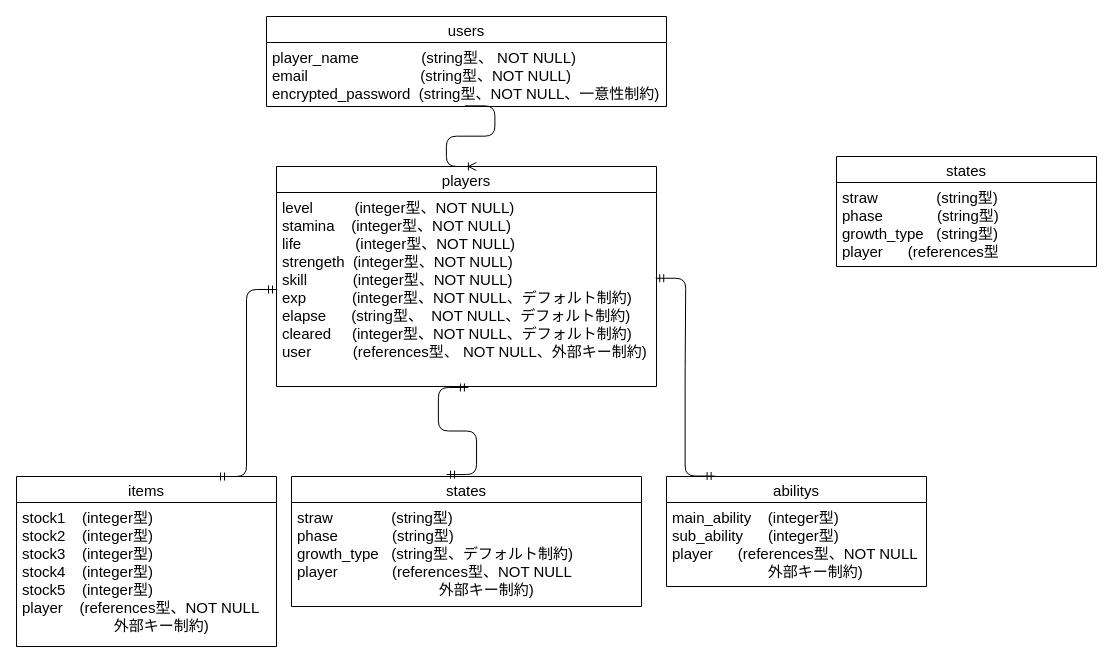
Above: table.dio in kimoto-naoki/original_app (draw.io), before the change. Source tidied: cells renumbered, new cells numbered last; positions are measured from the earlier drawing's top-left corner, leaving out a move shared by most shapes. Both pictures are drawn from the tidied source at 100%, with x=0, y=0 at pixel (16, 16).
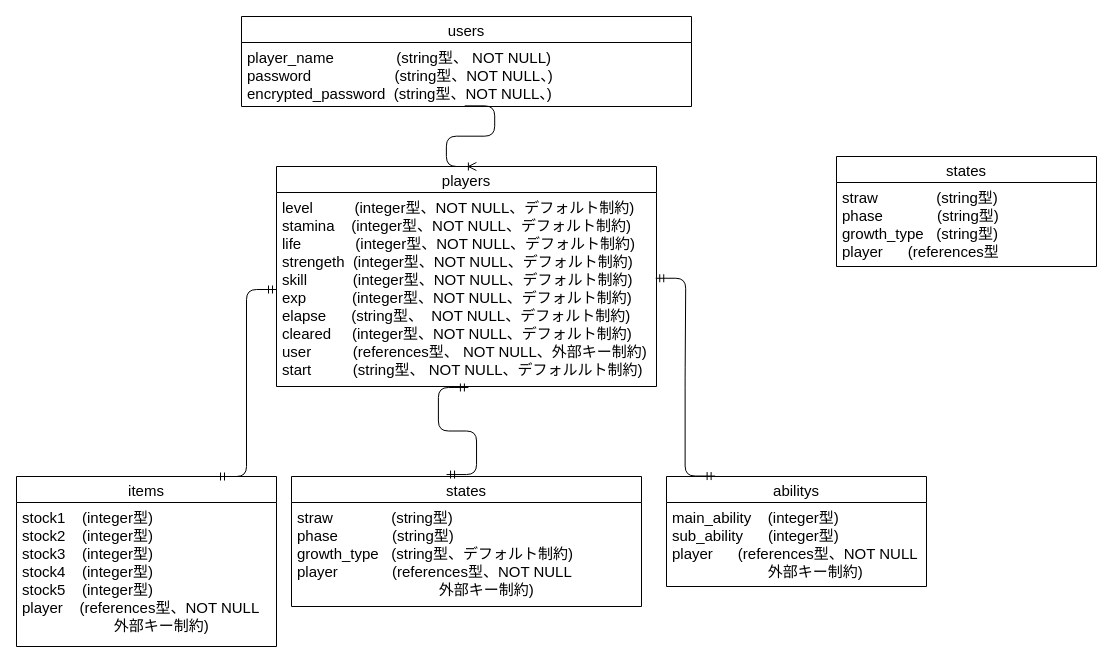
The same page after the edit.

Diff of the diagram source:
```diff
@@
 <mxGraphModel>
   <root>
     <mxCell id="0" />
     <mxCell id="1" parent="0" />
     <mxCell id="2" value="users" style="swimlane;fontStyle=0;horizontal=1;startSize=26;align=center;fontSize=15;" parent="1" vertex="1">
-      <mxGeometry x="250" width="400" height="90" as="geometry" />
+      <mxGeometry x="225" width="450" height="90" as="geometry" />
     </mxCell>
-    <mxCell id="3" value="player_name               (string型、 NOT NULL)&#10;email                           (string型、NOT NULL)&#10;encrypted_password  (string型、NOT NULL、一意性制約)" style="text;strokeColor=none;fillColor=none;spacingLeft=4;spacingRight=4;overflow=hidden;points=[[0,0.5],[1,0.5]];portConstraint=eastwest;fontSize=15;spacingTop=0;spacingBottom=4;" parent="2" vertex="1">
-      <mxGeometry y="26" width="400" height="64" as="geometry" />
+    <mxCell id="3" value="player_name               (string型、 NOT NULL)&#10;password                    (string型、NOT NULL、)&#10;encrypted_password  (string型、NOT NULL、)" style="text;strokeColor=none;fillColor=none;spacingLeft=4;spacingRight=4;overflow=hidden;points=[[0,0.5],[1,0.5]];portConstraint=eastwest;fontSize=15;spacingTop=0;spacingBottom=4;" parent="2" vertex="1">
+      <mxGeometry y="26" width="450" height="64" as="geometry" />
     </mxCell>
     <mxCell id="4" value="players" style="swimlane;fontStyle=0;horizontal=1;startSize=26;align=center;fontSize=15;" parent="1" vertex="1">
       <mxGeometry x="260" y="150" width="380" height="220" as="geometry" />
     </mxCell>
-    <mxCell id="5" value="level          (integer型、NOT NULL)&#10;stamina    (integer型、NOT NULL)&#10;life             (integer型、NOT NULL)&#10;strengeth  (integer型、NOT NULL)&#10;skill           (integer型、NOT NULL)&#10;exp           (integer型、NOT NULL、デフォルト制約)&#10;elapse      (string型、  NOT NULL、デフォルト制約)&#10;cleared     (integer型、NOT NULL、デフォルト制約)&#10;user          (references型、 NOT NULL、外部キー制約)&#10;" style="text;strokeColor=none;fillColor=none;spacingLeft=4;spacingRight=4;overflow=hidden;points=[[0,0.5],[1,0.5]];portConstraint=eastwest;fontSize=15;spacingTop=0;spacingBottom=4;" parent="4" vertex="1">
+    <mxCell id="5" value="level          (integer型、NOT NULL、デフォルト制約)&#10;stamina    (integer型、NOT NULL、デフォルト制約)&#10;life             (integer型、NOT NULL、デフォルト制約)&#10;strengeth  (integer型、NOT NULL、デフォルト制約)&#10;skill           (integer型、NOT NULL、デフォルト制約)&#10;exp           (integer型、NOT NULL、デフォルト制約)&#10;elapse      (string型、  NOT NULL、デフォルト制約)&#10;cleared     (integer型、NOT NULL、デフォルト制約)&#10;user          (references型、 NOT NULL、外部キー制約)&#10;start          (string型、 NOT NULL、デフォルルト制約)" style="text;strokeColor=none;fillColor=none;spacingLeft=4;spacingRight=4;overflow=hidden;points=[[0,0.5],[1,0.5]];portConstraint=eastwest;fontSize=15;spacingTop=0;spacingBottom=4;" parent="4" vertex="1">
       <mxGeometry y="26" width="380" height="194" as="geometry" />
     </mxCell>
     <mxCell id="6" value="states" style="swimlane;fontStyle=0;horizontal=1;startSize=26;align=center;fontSize=15;" parent="1" vertex="1">
       <mxGeometry x="275" y="460" width="350" height="130" as="geometry" />
     </mxCell>
     <mxCell id="7" value="straw              (string型)&#10;phase             (string型)&#10;growth_type   (string型、デフォルト制約)&#10;player             (references型、NOT NULL&#10;                                  外部キー制約)" style="text;strokeColor=none;fillColor=none;spacingLeft=4;spacingRight=4;overflow=hidden;fontSize=15;spacingTop=0;spacingBottom=4;" parent="6" vertex="1">
       <mxGeometry y="26" width="350" height="104" as="geometry" />
     </mxCell>
     <mxCell id="8" value="abilitys" style="swimlane;fontStyle=0;horizontal=1;startSize=26;align=center;fontSize=15;" parent="1" vertex="1">
       <mxGeometry x="650" y="460" width="260" height="110" as="geometry" />
     </mxCell>
     <mxCell id="9" value="main_ability    (integer型)&#10;sub_ability      (integer型)&#10;player      (references型、NOT NULL&#10;                       外部キー制約)" style="text;strokeColor=none;fillColor=none;spacingLeft=4;spacingRight=4;overflow=hidden;fontSize=15;spacingTop=0;spacingBottom=4;" parent="8" vertex="1">
       <mxGeometry y="26" width="260" height="84" as="geometry" />
     </mxCell>
     <mxCell id="10" value="items" style="swimlane;fontStyle=0;horizontal=1;startSize=26;align=center;fontSize=15;" parent="1" vertex="1">
       <mxGeometry y="460" width="260" height="170" as="geometry" />
     </mxCell>
     <mxCell id="11" value="stock1    (integer型)&#10;stock2    (integer型)&#10;stock3    (integer型)&#10;stock4    (integer型)&#10;stock5    (integer型) &#10;player    (references型、NOT NULL&#10;                      外部キー制約)" style="text;strokeColor=none;fillColor=none;spacingLeft=4;spacingRight=4;overflow=hidden;fontSize=15;spacingTop=0;spacingBottom=4;" parent="10" vertex="1">
       <mxGeometry y="26" width="260" height="144" as="geometry" />
     </mxCell>
     <mxCell id="12" style="edgeStyle=entityRelationEdgeStyle;fontSize=12;html=1;endArrow=ERoneToMany;exitX=0.496;exitY=0.99;exitDx=0;exitDy=0;exitPerimeter=0;entryX=0.526;entryY=0;entryDx=0;entryDy=0;entryPerimeter=0;" parent="1" edge="1" source="3" target="4">
       <mxGeometry relative="1" as="geometry" />
     </mxCell>
     <mxCell id="13" style="edgeStyle=entityRelationEdgeStyle;fontSize=12;html=1;endArrow=ERmandOne;startArrow=ERmandOne;entryX=0.998;entryY=0.442;entryDx=0;entryDy=0;entryPerimeter=0;exitX=0.187;exitY=-0.004;exitDx=0;exitDy=0;exitPerimeter=0;" parent="1" edge="1" source="8" target="5">
       <mxGeometry relative="1" as="geometry" />
     </mxCell>
     <mxCell id="14" style="edgeStyle=entityRelationEdgeStyle;fontSize=12;html=1;endArrow=ERmandOne;startArrow=ERmandOne;entryX=0.505;entryY=1.005;entryDx=0;entryDy=0;entryPerimeter=0;exitX=0.443;exitY=-0.015;exitDx=0;exitDy=0;exitPerimeter=0;" parent="1" edge="1" source="6" target="5">
       <mxGeometry relative="1" as="geometry" />
     </mxCell>
     <mxCell id="15" style="edgeStyle=entityRelationEdgeStyle;fontSize=12;html=1;endArrow=ERmandOne;startArrow=ERmandOne;entryX=0;entryY=0.5;entryDx=0;entryDy=0;" parent="1" edge="1" target="5">
       <mxGeometry relative="1" as="geometry">
         <mxPoint x="200" y="460" as="sourcePoint" />
       </mxGeometry>
     </mxCell>
     <mxCell id="16" value="states" style="swimlane;fontStyle=0;horizontal=1;startSize=26;align=center;fontSize=15;" parent="1" vertex="1">
       <mxGeometry x="820" y="140" width="260" height="110" as="geometry" />
     </mxCell>
     <mxCell id="17" value="straw              (string型)&#10;phase             (string型)&#10;growth_type   (string型)&#10;player      (references型" style="text;strokeColor=none;fillColor=none;spacingLeft=4;spacingRight=4;overflow=hidden;fontSize=15;spacingTop=0;spacingBottom=4;" parent="16" vertex="1">
       <mxGeometry y="26" width="260" height="84" as="geometry" />
     </mxCell>
   </root>
 </mxGraphModel>
```
